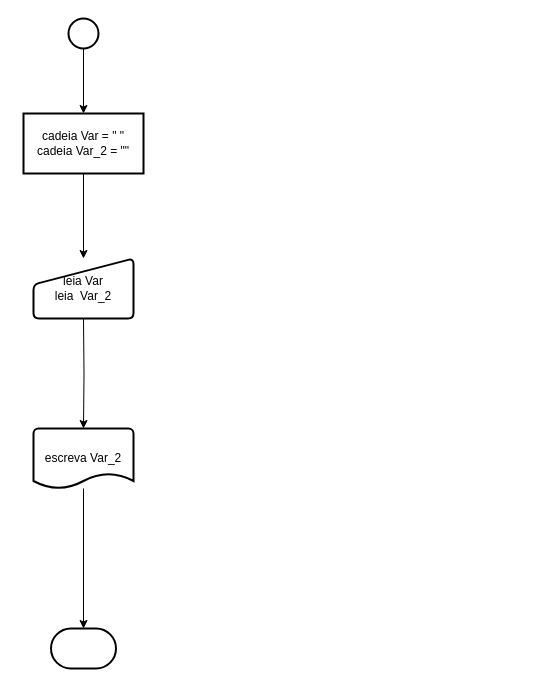
Above: Ex.1.drawio in rafaelengineer/Curso_Logica_Acc (draw.io), before the change. Source tidied: cells renumbered, new cells numbered last; positions are measured from the earlier drawing's top-left corner, leaving out a move shared by most shapes. Both pictures are drawn from the tidied source at 100%, with x=0, y=0 at pixel (23, 18).
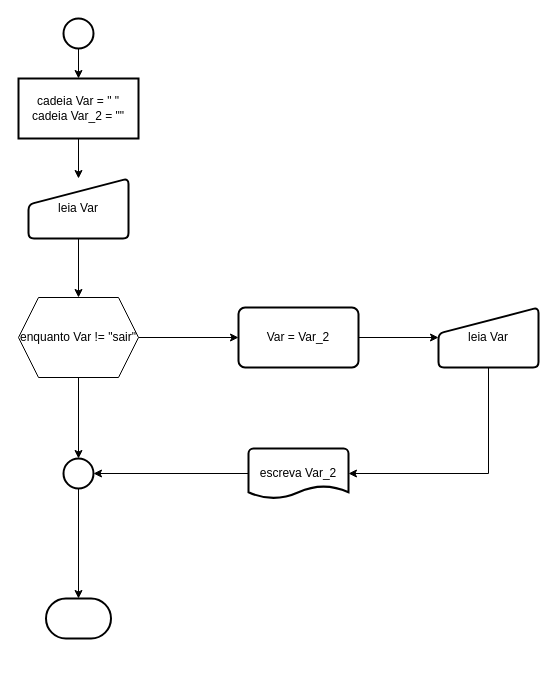
The same diagram, later.

Diff of the diagram source:
```diff
@@
     <mxCell id="3" style="strokeWidth=2;html=1;shape=mxgraph.flowchart.start_2;whiteSpace=wrap;" parent="1" vertex="1">
-      <mxGeometry x="45" width="30" height="30" as="geometry" />
+      <mxGeometry x="40" width="30" height="30" as="geometry" />
     </mxCell>
     <mxCell id="4" style="strokeWidth=2;html=1;shape=mxgraph.flowchart.terminator;whiteSpace=wrap;" parent="1" vertex="1">
-      <mxGeometry x="27.5" y="610" width="65" height="40" as="geometry" />
+      <mxGeometry x="22.5" y="580" width="65" height="40" as="geometry" />
     </mxCell>
+    <mxCell id="11" style="edgeStyle=orthogonalEdgeStyle;rounded=0;jettySize=auto;html=1;" parent="1" edge="1" source="5" target="17">
+      <mxGeometry relative="1" as="geometry" />
+    </mxCell>
     <mxCell id="5" value="escreva Var_2" style="strokeWidth=2;html=1;shape=mxgraph.flowchart.document2;whiteSpace=wrap;size=0.25;" parent="1" vertex="1">
-      <mxGeometry x="10" y="410" width="100" height="60" as="geometry" />
+      <mxGeometry x="225" y="430" width="100" height="50" as="geometry" />
     </mxCell>
-    <mxCell id="6" style="edgeStyle=orthogonalEdgeStyle;rounded=0;jettySize=auto;html=1;entryX=0.5;entryY=0;entryDx=0;entryDy=0;entryPerimeter=0;" parent="1" edge="1" target="5">
-      <mxGeometry relative="1" as="geometry">
-        <mxPoint x="60" y="300" as="sourcePoint" />
-      </mxGeometry>
-    </mxCell>
-    <mxCell id="7" style="edgeStyle=orthogonalEdgeStyle;rounded=0;jettySize=auto;html=1;entryX=0.5;entryY=0;entryDx=0;entryDy=0;entryPerimeter=0;" parent="1" edge="1" source="5" target="4">
-      <mxGeometry relative="1" as="geometry" />
-    </mxCell>
@@
     <mxCell id="9" value="cadeia Var = &quot; &quot;&lt;br&gt;cadeia Var_2 = &quot;&quot;" style="whiteSpace=wrap;html=1;strokeWidth=2;" parent="1" vertex="1">
-      <mxGeometry y="95" width="120" height="60" as="geometry" />
+      <mxGeometry x="-5" y="60" width="120" height="60" as="geometry" />
     </mxCell>
+    <mxCell id="12" style="edgeStyle=orthogonalEdgeStyle;rounded=0;jettySize=auto;html=1;exitX=0.5;exitY=1;exitDx=0;exitDy=0;" parent="1" edge="1" source="10" target="15">
+      <mxGeometry relative="1" as="geometry" />
+    </mxCell>
-    <mxCell id="10" value="leia Var&lt;br&gt;leia&amp;nbsp; Var_2" style="html=1;strokeWidth=2;shape=manualInput;whiteSpace=wrap;rounded=1;size=26;arcSize=11;" parent="1" vertex="1">
-      <mxGeometry x="10" y="240" width="100" height="60" as="geometry" />
+    <mxCell id="10" value="leia Var&lt;br&gt;" style="html=1;strokeWidth=2;shape=manualInput;whiteSpace=wrap;rounded=1;size=26;arcSize=11;" parent="1" vertex="1">
+      <mxGeometry x="5" y="160" width="100" height="60" as="geometry" />
     </mxCell>
+    <mxCell id="13" value="leia Var&lt;br&gt;" style="html=1;strokeWidth=2;shape=manualInput;whiteSpace=wrap;rounded=1;size=26;arcSize=11;" parent="1" vertex="1">
+      <mxGeometry x="415" y="289" width="100" height="60" as="geometry" />
+    </mxCell>
+    <mxCell id="14" style="edgeStyle=orthogonalEdgeStyle;rounded=0;jettySize=auto;html=1;" parent="1" edge="1" source="15" target="20">
+      <mxGeometry relative="1" as="geometry" />
+    </mxCell>
+    <mxCell id="15" value="enquanto Var != &quot;sair&quot;" style="shape=hexagon;perimeter=hexagonPerimeter2;whiteSpace=wrap;html=1;fixedSize=1;" parent="1" vertex="1">
+      <mxGeometry x="-5" y="279" width="120" height="80" as="geometry" />
+    </mxCell>
+    <mxCell id="16" style="edgeStyle=orthogonalEdgeStyle;rounded=0;jettySize=auto;html=1;" parent="1" edge="1" source="17" target="4">
+      <mxGeometry relative="1" as="geometry" />
+    </mxCell>
+    <mxCell id="17" style="strokeWidth=2;html=1;shape=mxgraph.flowchart.start_2;whiteSpace=wrap;" parent="1" vertex="1">
+      <mxGeometry x="40" y="440" width="30" height="30" as="geometry" />
+    </mxCell>
+    <mxCell id="18" style="edgeStyle=orthogonalEdgeStyle;rounded=0;jettySize=auto;html=1;entryX=0.5;entryY=0;entryDx=0;entryDy=0;entryPerimeter=0;" parent="1" edge="1" source="15" target="17">
+      <mxGeometry relative="1" as="geometry" />
+    </mxCell>
+    <mxCell id="19" style="edgeStyle=orthogonalEdgeStyle;rounded=0;jettySize=auto;html=1;" parent="1" edge="1" source="20" target="13">
+      <mxGeometry relative="1" as="geometry" />
+    </mxCell>
+    <mxCell id="20" value="Var = Var_2" style="whiteSpace=wrap;html=1;strokeWidth=2;rounded=1;arcSize=11;" parent="1" vertex="1">
+      <mxGeometry x="215" y="289" width="120" height="60" as="geometry" />
+    </mxCell>
+    <mxCell id="21" style="edgeStyle=orthogonalEdgeStyle;rounded=0;jettySize=auto;html=1;entryX=1;entryY=0.5;entryDx=0;entryDy=0;entryPerimeter=0;" parent="1" edge="1" source="13" target="5">
+      <mxGeometry relative="1" as="geometry">
+        <Array as="points">
+          <mxPoint x="465" y="455" />
+        </Array>
+      </mxGeometry>
+    </mxCell>
```
